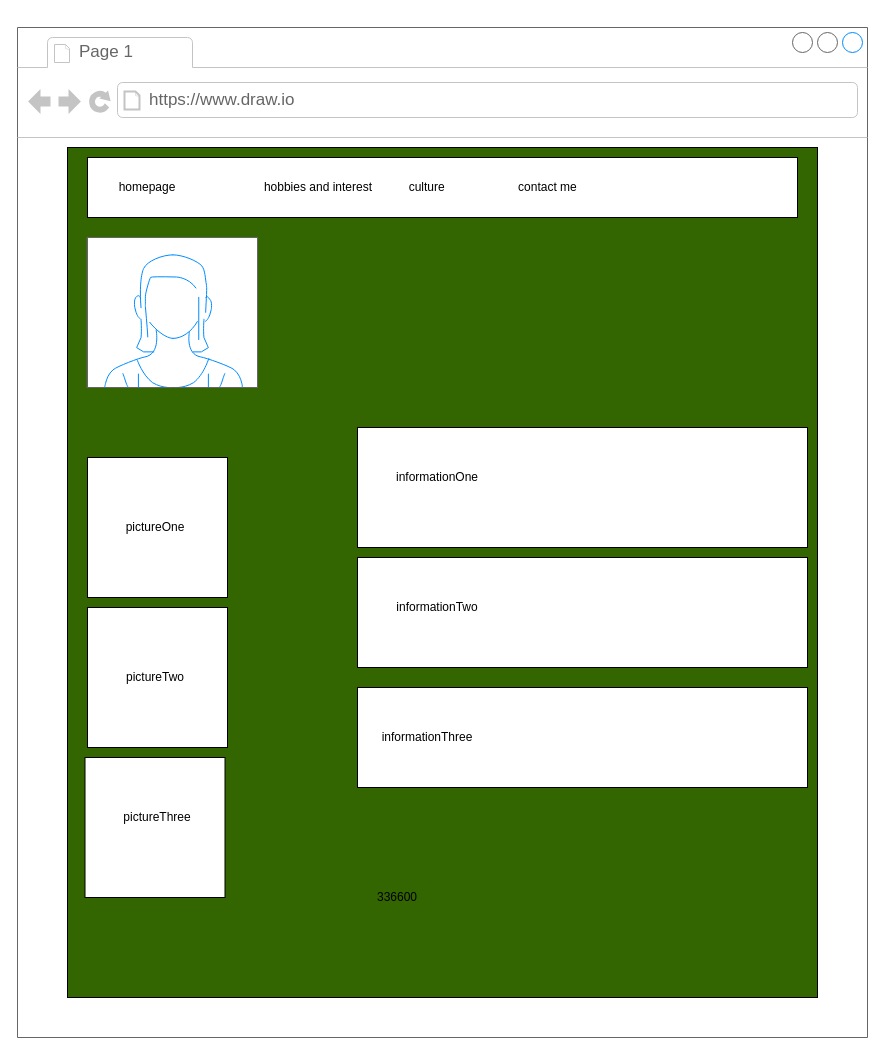
ASDAH-Digtal/91880-91884-Johnnysins808 keeps this draw.io diagram as page "Page-2" (2 of 4) of layout.drawio. Above is the earlier version. Source tidied: cells renumbered, new cells numbered last; positions are measured from the earlier drawing's top-left corner, leaving out a move shared by most shapes. Both pictures are drawn from the tidied source at 100%, with x=0, y=0 at pixel (17, 27). Pictures stored in the file or linked from it are replaced by grey dashed boxes.
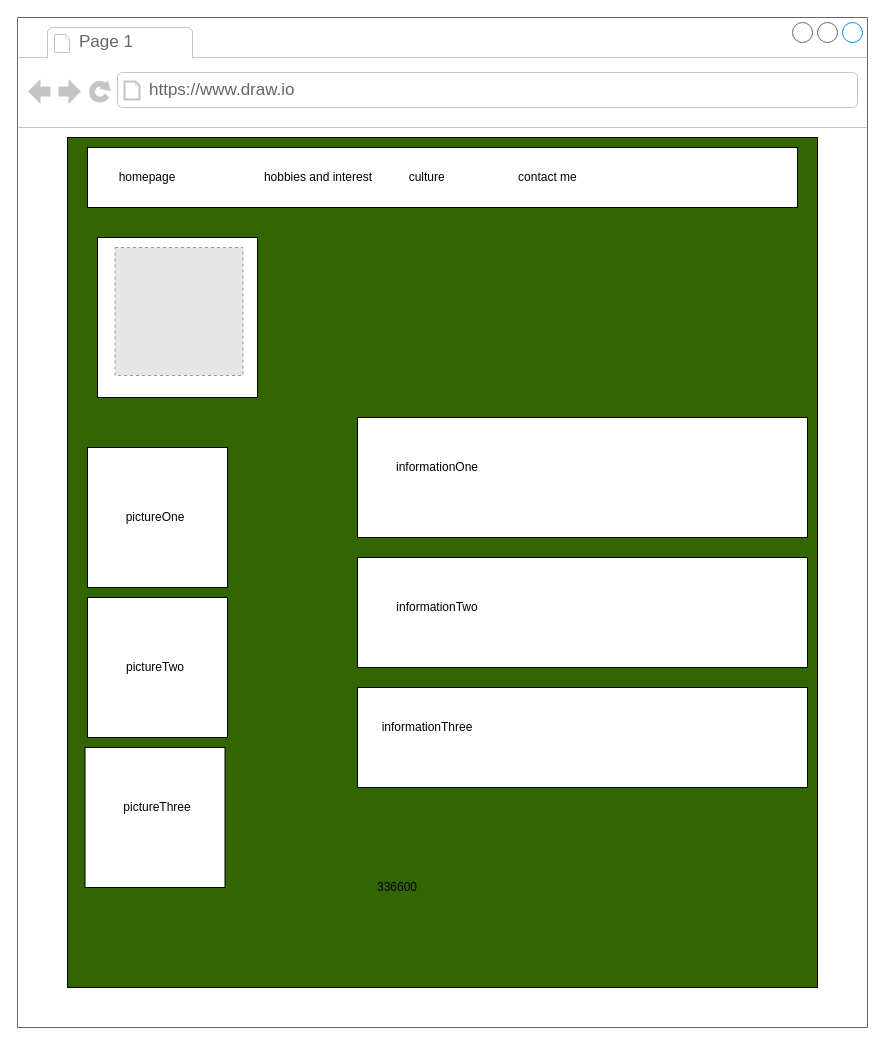
After the change.

Change to the diagram source:
```diff
@@
     <mxCell id="2" style="strokeWidth=1;shadow=0;dashed=0;align=center;html=1;shape=mxgraph.mockup.containers.browserWindow;rSize=0;strokeColor=#666666;strokeColor2=#008cff;strokeColor3=#c4c4c4;mainText=,;fillColor=#FFFFFF;" parent="1" vertex="1">
-      <mxGeometry width="850" height="1010" as="geometry" />
+      <mxGeometry y="-10" width="850" height="1010" as="geometry" />
     </mxCell>
@@
-    <mxCell id="7" style="verticalLabelPosition=bottom;shadow=0;dashed=0;align=center;html=1;verticalAlign=top;strokeWidth=1;shape=mxgraph.mockup.containers.userFemale;strokeColor=#666666;strokeColor2=#008cff;fillColor=#FFFFFF;" parent="2" vertex="1">
-      <mxGeometry x="70" y="210" width="170" height="150" as="geometry" />
-    </mxCell>
     <mxCell id="8" style="rounded=0;whiteSpace=wrap;html=1;fillColor=#FFFFFF;" parent="2" vertex="1">
-      <mxGeometry x="340" y="530" width="450" height="110" as="geometry" />
+      <mxGeometry x="340" y="540" width="450" height="110" as="geometry" />
     </mxCell>
     <mxCell id="9" style="rounded=0;whiteSpace=wrap;html=1;fillColor=#FFFFFF;" parent="2" vertex="1">
-      <mxGeometry x="340" y="660" width="450" height="100" as="geometry" />
+      <mxGeometry x="340" y="670" width="450" height="100" as="geometry" />
     </mxCell>
@@
+    <mxCell id="23" style="whiteSpace=wrap;html=1;" parent="2" vertex="1">
+      <mxGeometry x="80" y="220" width="160" height="160" as="geometry" />
+    </mxCell>
+    <mxCell id="24" style="fillColor=#E6E6E6;strokeColor=#999999;dashed=1;html=1;verticalAlign=top;verticalLabelPosition=bottom;labelBackgroundColor=#ffffff;" parent="2" vertex="1">
+      <mxGeometry x="97.5" y="230" width="128" height="128" as="geometry" />
+    </mxCell>
```
